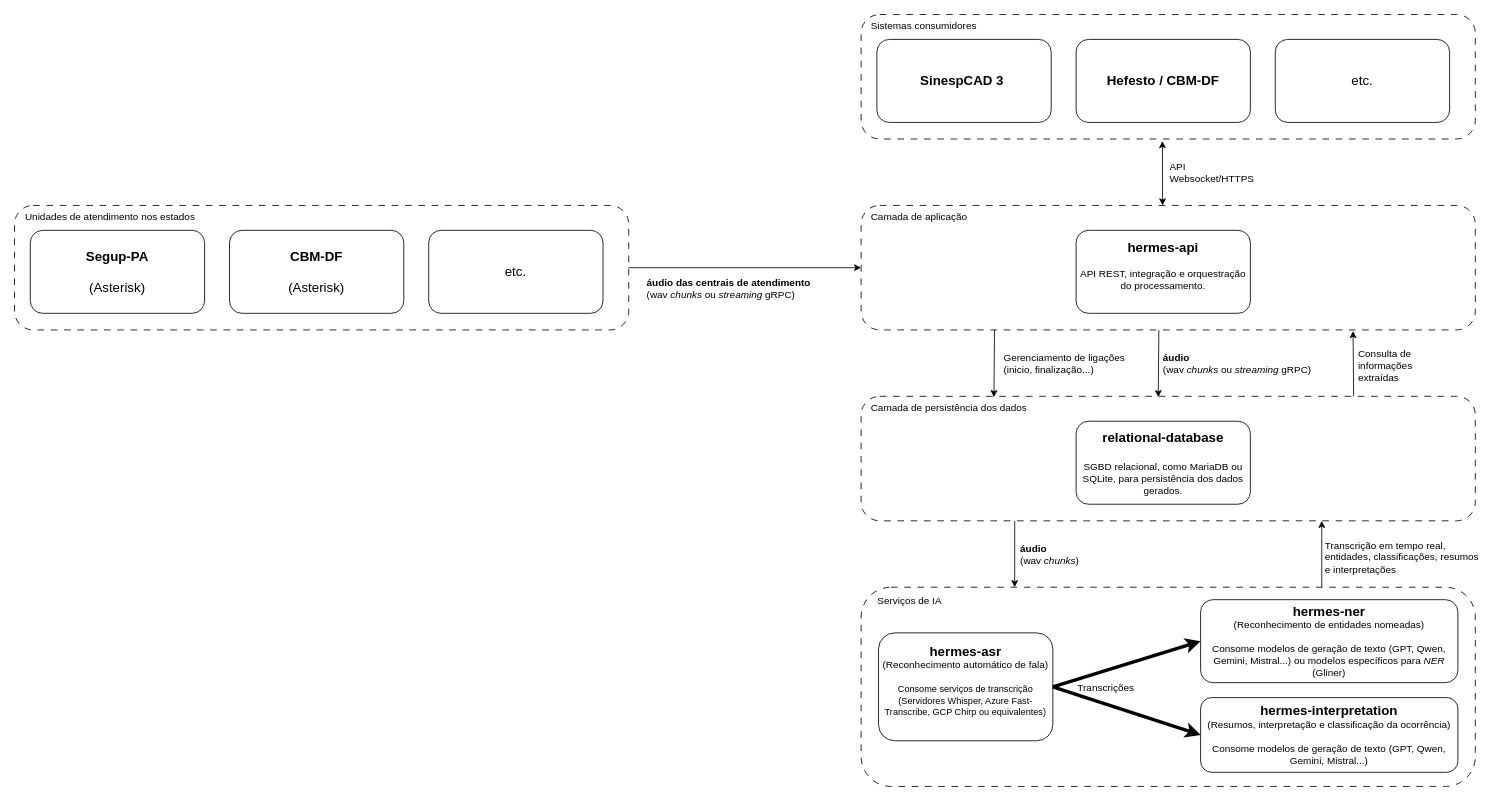
Before: artefatos/fluxogramas/fluxograma_arquitetural/hermes-nota-tecnica-oct-26.drawio in munizigor/mjsp_hermes, a draw.io diagram. Source tidied: cells renumbered, new cells numbered last; positions are measured from the earlier drawing's top-left corner, leaving out a move shared by most shapes. Both pictures are drawn from the tidied source at 83%, with x=0, y=0 at pixel (14, 14).
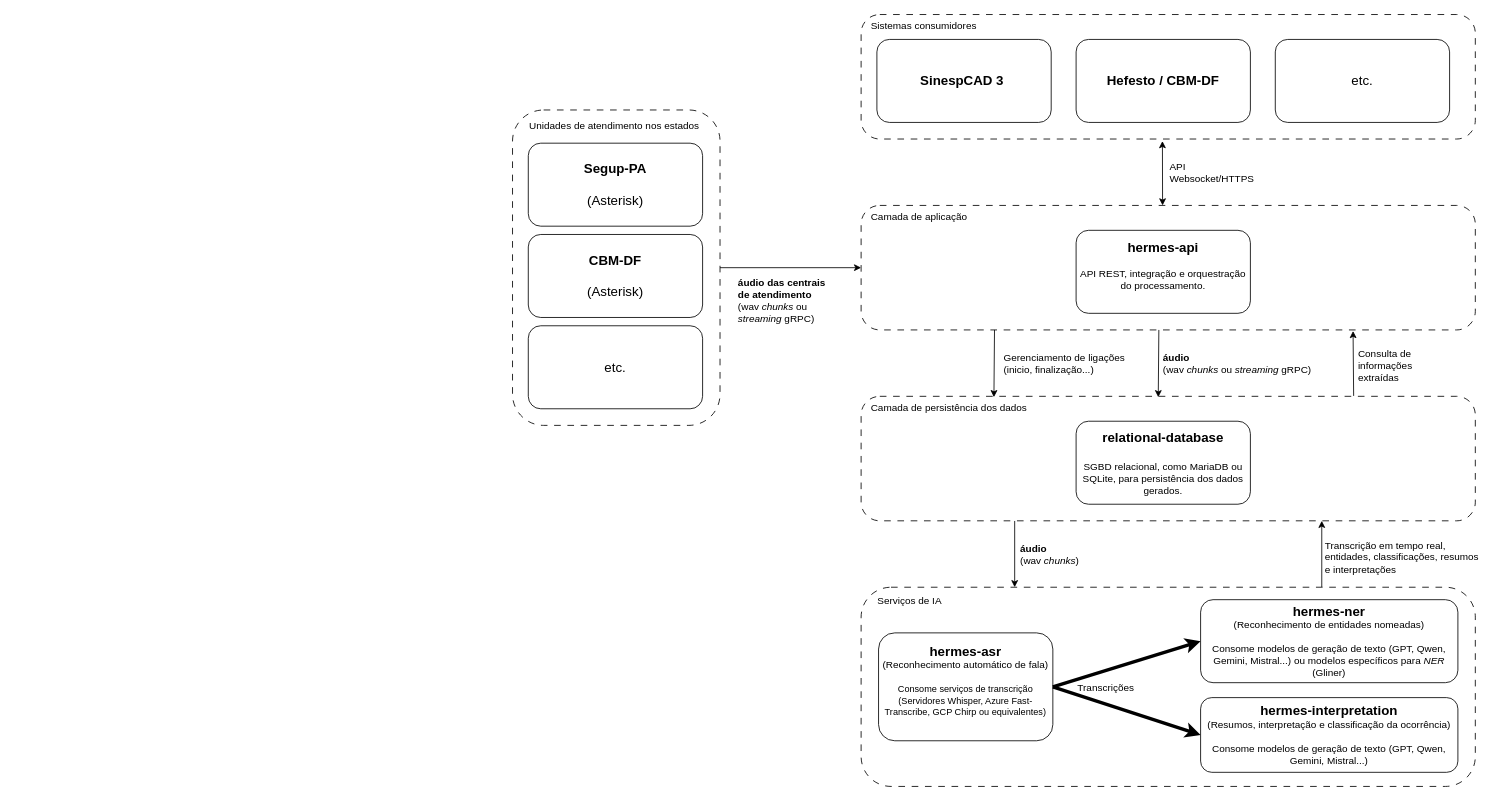
Above is the later version.

Diff of the diagram source:
```diff
@@
     <mxCell id="26" style="rounded=1;whiteSpace=wrap;html=1;dashed=1;dashPattern=8 8;" parent="1" vertex="1">
-      <mxGeometry y="230" width="740" height="150" as="geometry" />
+      <mxGeometry x="600" y="115" width="250" height="380" as="geometry" />
     </mxCell>
-    <mxCell id="27" value="&lt;span style=&quot;color: rgb(0, 0, 0); font-family: Helvetica; font-size: 12px; font-style: normal; font-variant-ligatures: normal; font-variant-caps: normal; font-weight: 400; letter-spacing: normal; orphans: 2; text-align: center; text-indent: 0px; text-transform: none; widows: 2; word-spacing: 0px; -webkit-text-stroke-width: 0px; white-space: normal; text-decoration-thickness: initial; text-decoration-style: initial; text-decoration-color: initial; float: none; display: inline !important;&quot;&gt;Unidades de atendimento nos estados&amp;nbsp;&lt;/span&gt;" style="text;whiteSpace=wrap;html=1;" parent="1" vertex="1">
-      <mxGeometry x="11" y="230" width="238" height="40" as="geometry" />
+    <mxCell id="27" value="&lt;span style=&quot;color: rgb(0, 0, 0); font-family: Helvetica; font-size: 12px; font-style: normal; font-variant-ligatures: normal; font-variant-caps: normal; font-weight: 400; letter-spacing: normal; orphans: 2; text-indent: 0px; text-transform: none; widows: 2; word-spacing: 0px; -webkit-text-stroke-width: 0px; white-space: normal; text-decoration-thickness: initial; text-decoration-style: initial; text-decoration-color: initial; float: none; display: inline !important;&quot;&gt;Unidades de atendimento nos estados&amp;nbsp;&lt;/span&gt;" style="text;whiteSpace=wrap;html=1;align=center;verticalAlign=middle;" parent="1" vertex="1">
+      <mxGeometry x="614.5" y="115" width="219" height="40" as="geometry" />
     </mxCell>
     <mxCell id="28" value="&lt;font style=&quot;font-size: 16px;&quot;&gt;&lt;b&gt;Segup-PA&lt;/b&gt;&lt;/font&gt;&lt;div&gt;&lt;font style=&quot;font-size: 16px;&quot;&gt;&lt;b&gt;&lt;br&gt;&lt;/b&gt;&lt;/font&gt;&lt;/div&gt;&lt;div&gt;&lt;font style=&quot;font-size: 16px;&quot;&gt;(Asterisk)&lt;/font&gt;&lt;/div&gt;" style="rounded=1;whiteSpace=wrap;html=1;" parent="1" vertex="1">
-      <mxGeometry x="19" y="260" width="210" height="100" as="geometry" />
+      <mxGeometry x="619" y="155" width="210" height="100" as="geometry" />
     </mxCell>
     <mxCell id="29" value="&lt;font style=&quot;font-size: 16px;&quot;&gt;&lt;b&gt;CBM-DF&lt;/b&gt;&lt;/font&gt;&lt;div&gt;&lt;font style=&quot;font-size: 16px;&quot;&gt;&lt;b&gt;&lt;br&gt;&lt;/b&gt;&lt;/font&gt;&lt;/div&gt;&lt;div&gt;&lt;font style=&quot;font-size: 16px;&quot;&gt;(Asterisk)&lt;b&gt;&lt;/b&gt;&lt;/font&gt;&lt;/div&gt;" style="rounded=1;whiteSpace=wrap;html=1;" parent="1" vertex="1">
-      <mxGeometry x="259" y="260" width="210" height="100" as="geometry" />
+      <mxGeometry x="619" y="265" width="210" height="100" as="geometry" />
     </mxCell>
     <mxCell id="30" value="&lt;font style=&quot;font-size: 16px;&quot;&gt;etc.&lt;/font&gt;" style="rounded=1;whiteSpace=wrap;html=1;" parent="1" vertex="1">
-      <mxGeometry x="499" y="260" width="210" height="100" as="geometry" />
+      <mxGeometry x="619" y="375" width="210" height="100" as="geometry" />
     </mxCell>
@@
     <mxCell id="32" value="&lt;div style=&quot;&quot;&gt;&lt;b&gt;áudio das centrais de atendimento&lt;/b&gt;&lt;/div&gt;&lt;div style=&quot;&quot;&gt;(wav &lt;i&gt;chunks&lt;/i&gt; ou &lt;i&gt;streaming&lt;/i&gt; gRPC)&lt;/div&gt;" style="text;whiteSpace=wrap;html=1;fillColor=none;align=left;" parent="1" vertex="1">
-      <mxGeometry x="760" y="310" width="250" height="40" as="geometry" />
+      <mxGeometry x="870" y="310" width="110" height="40" as="geometry" />
     </mxCell>
```
